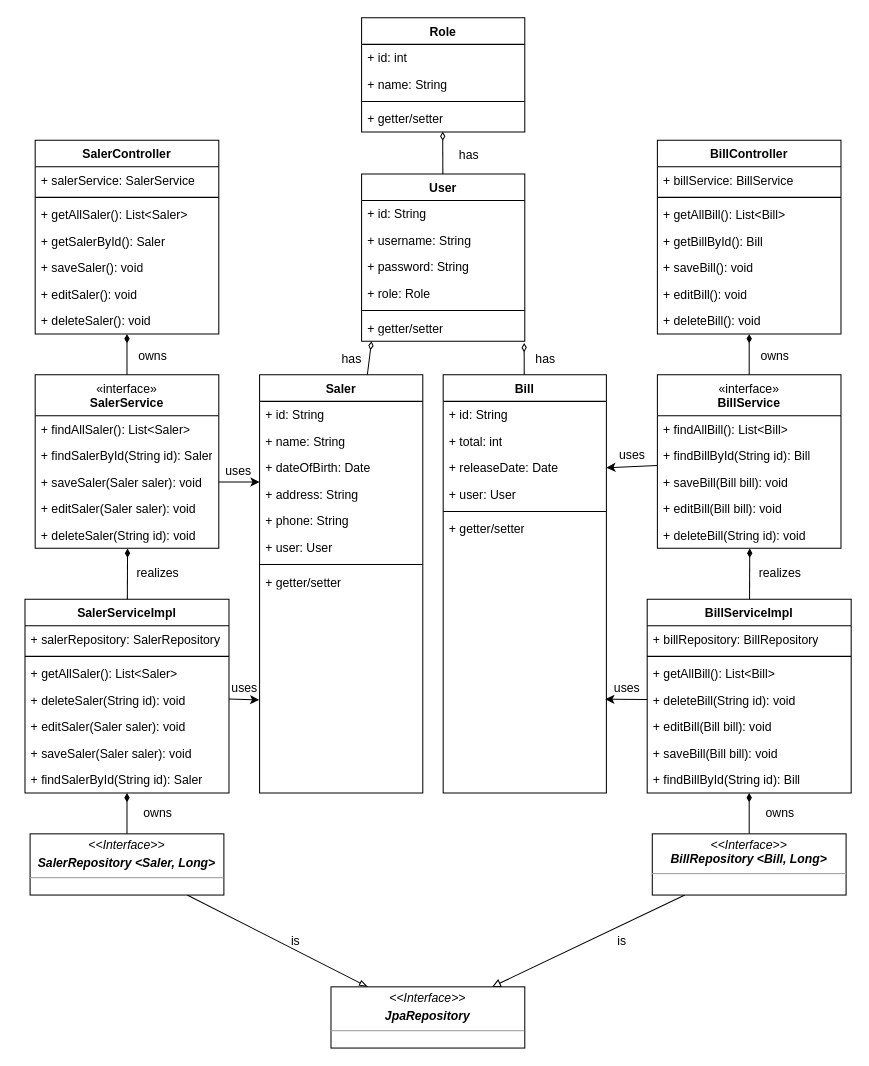
NhanPz01/A0822I1-NguyenNgocBaoNhan keeps this draw.io diagram as page "class_diagram_saler" (2 of 3) of DetailDesign_Saler.drawio. Above is the earlier version. Source tidied: cells renumbered, new cells numbered last; positions are measured from the earlier drawing's top-left corner, leaving out a move shared by most shapes. Both pictures are drawn from the tidied source at 102%, with x=0, y=0 at pixel (24, 17).
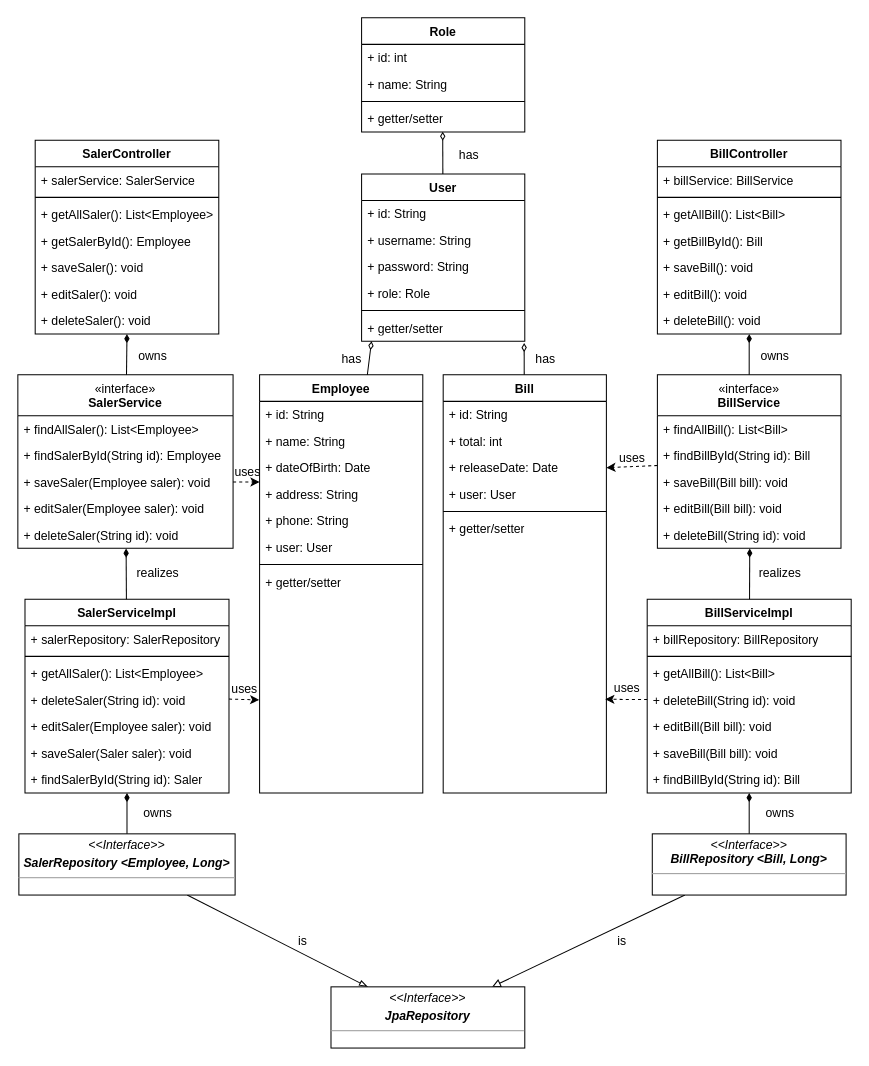
Above is the later version.

Commit message:
Update DetailDesign_Saler.drawio (Really done - class_diagram)

The change refers to these unchanged cells:
```xml
<mxCell id="2" value="SalerController" style="swimlane;fontStyle=1;align=center;verticalAlign=top;horizontal=1;startSize=26;whiteSpace=wrap;html=1;" parent="1" vertex="1">
  <mxGeometry x="10" y="120" width="180" height="190" as="geometry" />
</mxCell>
<mxCell id="26" value="+ getter/setter" style="text;strokeColor=none;fillColor=none;align=left;verticalAlign=top;spacingLeft=4;spacingRight=4;overflow=hidden;points=[[0,0.5],[1,0.5]];portConstraint=eastwest;whiteSpace=wrap;html=1;" parent="18" vertex="1">
  <mxGeometry y="190" width="160" height="220" as="geometry" />
</mxCell>
<mxCell id="27" value="SalerServiceImpl" style="swimlane;fontStyle=1;align=center;verticalAlign=top;horizontal=1;startSize=26;whiteSpace=wrap;html=1;" parent="1" vertex="1">
  <mxGeometry y="570" width="200" height="190" as="geometry" />
</mxCell>
<mxCell id="50" value="&lt;span style=&quot;font-weight: normal;&quot;&gt;«interface»&lt;/span&gt;&lt;br style=&quot;--tw-border-spacing-x: 0; --tw-border-spacing-y: 0; --tw-translate-x: 0; --tw-translate-y: 0; --tw-rotate: 0; --tw-skew-x: 0; --tw-skew-y: 0; --tw-scale-x: 1; --tw-scale-y: 1; --tw-pan-x: ; --tw-pan-y: ; --tw-pinch-zoom: ; --tw-scroll-snap-strictness: proximity; --tw-ordinal: ; --tw-slashed-zero: ; --tw-numeric-figure: ; --tw-numeric-spacing: ; --tw-numeric-fraction: ; --tw-ring-inset: ; --tw-ring-offset-width: 0px; --tw-ring-offset-color: #fff; --tw-ring-color: rgb(59 130 246 / .5); --tw-ring-offset-shadow: 0 0 #0000; --tw-ring-shadow: 0 0 #0000; --tw-shadow: 0 0 #0000; --tw-shadow-colored: 0 0 #0000; --tw-blur: ; --tw-brightness: ; --tw-contrast: ; --tw-grayscale: ; --tw-hue-rotate: ; --tw-invert: ; --tw-saturate: ; --tw-sepia: ; --tw-drop-shadow: ; --tw-backdrop-blur: ; --tw-backdrop-brightness: ; --tw-backdrop-contrast: ; --tw-backdrop-grayscale: ; --tw-backdrop-hue-rotate: ; --tw-backdrop-invert: ; --tw-backdrop-opacity: ; --tw-backdrop-saturate: ; --tw-backdrop-sepia: ; border-color: var(--border-color); font-weight: 400;&quot;&gt;BillService" style="swimlane;fontStyle=1;align=center;verticalAlign=top;horizontal=1;startSize=40;whiteSpace=wrap;html=1;" parent="1" vertex="1">
  <mxGeometry x="620" y="350" width="180" height="170" as="geometry" />
</mxCell>
<mxCell id="62" value="+ deleteBill(String id): void" style="text;strokeColor=none;fillColor=none;align=left;verticalAlign=top;spacingLeft=4;spacingRight=4;overflow=hidden;points=[[0,0.5],[1,0.5]];portConstraint=eastwest;whiteSpace=wrap;html=1;" parent="58" vertex="1">
  <mxGeometry y="86" width="200" height="26" as="geometry" />
</mxCell>
<mxCell id="75" value="+ releaseDate: Date" style="text;strokeColor=none;fillColor=none;align=left;verticalAlign=top;spacingLeft=4;spacingRight=4;overflow=hidden;points=[[0,0.5],[1,0.5]];portConstraint=eastwest;whiteSpace=wrap;html=1;" parent="72" vertex="1">
  <mxGeometry y="78" width="160" height="26" as="geometry" />
</mxCell>
<mxCell id="78" value="+ getter/setter" style="text;strokeColor=none;fillColor=none;align=left;verticalAlign=top;spacingLeft=4;spacingRight=4;overflow=hidden;points=[[0,0.5],[1,0.5]];portConstraint=eastwest;whiteSpace=wrap;html=1;" parent="72" vertex="1">
  <mxGeometry y="138" width="160" height="272" as="geometry" />
</mxCell>
```

Diff of the diagram source:
```diff
@@
-    <mxCell id="5" value="+ getAllSaler(): List&amp;lt;Saler&amp;gt;" style="text;strokeColor=none;fillColor=none;align=left;verticalAlign=top;spacingLeft=4;spacingRight=4;overflow=hidden;whiteSpace=wrap;html=1;" parent="2" vertex="1">
+    <mxCell id="5" value="+ getAllSaler(): List&amp;lt;Employee&amp;gt;" style="text;strokeColor=none;fillColor=none;align=left;verticalAlign=top;spacingLeft=4;spacingRight=4;overflow=hidden;whiteSpace=wrap;html=1;" parent="2" vertex="1">
       <mxGeometry y="60" width="180" height="26" as="geometry" />
     </mxCell>
-    <mxCell id="6" value="+ getSalerById(): Saler" style="text;strokeColor=none;fillColor=none;align=left;verticalAlign=top;spacingLeft=4;spacingRight=4;overflow=hidden;whiteSpace=wrap;html=1;" parent="2" vertex="1">
+    <mxCell id="6" value="+ getSalerById(): Employee" style="text;strokeColor=none;fillColor=none;align=left;verticalAlign=top;spacingLeft=4;spacingRight=4;overflow=hidden;whiteSpace=wrap;html=1;" parent="2" vertex="1">
       <mxGeometry y="86" width="180" height="26" as="geometry" />
     </mxCell>
@@
     <mxCell id="10" value="&lt;span style=&quot;font-weight: normal;&quot;&gt;«interface»&lt;/span&gt;&lt;br style=&quot;--tw-border-spacing-x: 0; --tw-border-spacing-y: 0; --tw-translate-x: 0; --tw-translate-y: 0; --tw-rotate: 0; --tw-skew-x: 0; --tw-skew-y: 0; --tw-scale-x: 1; --tw-scale-y: 1; --tw-pan-x: ; --tw-pan-y: ; --tw-pinch-zoom: ; --tw-scroll-snap-strictness: proximity; --tw-ordinal: ; --tw-slashed-zero: ; --tw-numeric-figure: ; --tw-numeric-spacing: ; --tw-numeric-fraction: ; --tw-ring-inset: ; --tw-ring-offset-width: 0px; --tw-ring-offset-color: #fff; --tw-ring-color: rgb(59 130 246 / .5); --tw-ring-offset-shadow: 0 0 #0000; --tw-ring-shadow: 0 0 #0000; --tw-shadow: 0 0 #0000; --tw-shadow-colored: 0 0 #0000; --tw-blur: ; --tw-brightness: ; --tw-contrast: ; --tw-grayscale: ; --tw-hue-rotate: ; --tw-invert: ; --tw-saturate: ; --tw-sepia: ; --tw-drop-shadow: ; --tw-backdrop-blur: ; --tw-backdrop-brightness: ; --tw-backdrop-contrast: ; --tw-backdrop-grayscale: ; --tw-backdrop-hue-rotate: ; --tw-backdrop-invert: ; --tw-backdrop-opacity: ; --tw-backdrop-saturate: ; --tw-backdrop-sepia: ; border-color: var(--border-color); font-weight: 400;&quot;&gt;SalerService" style="swimlane;fontStyle=1;align=center;verticalAlign=top;horizontal=1;startSize=40;whiteSpace=wrap;html=1;" parent="1" vertex="1">
-      <mxGeometry x="10" y="350" width="180" height="170" as="geometry" />
+      <mxGeometry x="-7" y="350" width="211" height="170" as="geometry" />
     </mxCell>
-    <mxCell id="11" value="+ findAllSaler(): List&amp;lt;Saler&amp;gt;" style="text;strokeColor=none;fillColor=none;align=left;verticalAlign=top;spacingLeft=4;spacingRight=4;overflow=hidden;whiteSpace=wrap;html=1;" parent="10" vertex="1">
-      <mxGeometry y="40" width="180" height="26" as="geometry" />
+    <mxCell id="11" value="+ findAllSaler(): List&amp;lt;Employee&amp;gt;" style="text;strokeColor=none;fillColor=none;align=left;verticalAlign=top;spacingLeft=4;spacingRight=4;overflow=hidden;whiteSpace=wrap;html=1;" parent="10" vertex="1">
+      <mxGeometry y="40" width="211" height="26" as="geometry" />
     </mxCell>
-    <mxCell id="12" value="+ findSalerById(String id): Saler" style="text;strokeColor=none;fillColor=none;align=left;verticalAlign=top;spacingLeft=4;spacingRight=4;overflow=hidden;whiteSpace=wrap;html=1;" parent="10" vertex="1">
-      <mxGeometry y="66" width="180" height="26" as="geometry" />
+    <mxCell id="12" value="+ findSalerById(String id): Employee" style="text;strokeColor=none;fillColor=none;align=left;verticalAlign=top;spacingLeft=4;spacingRight=4;overflow=hidden;whiteSpace=wrap;html=1;" parent="10" vertex="1">
+      <mxGeometry y="66" width="211" height="26" as="geometry" />
     </mxCell>
-    <mxCell id="13" value="+ saveSaler(Saler saler): void" style="text;strokeColor=none;fillColor=none;align=left;verticalAlign=top;spacingLeft=4;spacingRight=4;overflow=hidden;points=[[0,0.5],[1,0.5]];portConstraint=eastwest;whiteSpace=wrap;html=1;" parent="10" vertex="1">
-      <mxGeometry y="92" width="180" height="26" as="geometry" />
+    <mxCell id="13" value="+ saveSaler(Employee saler): void" style="text;strokeColor=none;fillColor=none;align=left;verticalAlign=top;spacingLeft=4;spacingRight=4;overflow=hidden;points=[[0,0.5],[1,0.5]];portConstraint=eastwest;whiteSpace=wrap;html=1;" parent="10" vertex="1">
+      <mxGeometry y="92" width="211" height="26" as="geometry" />
     </mxCell>
-    <mxCell id="14" value="+ editSaler(Saler saler): void" style="text;strokeColor=none;fillColor=none;align=left;verticalAlign=top;spacingLeft=4;spacingRight=4;overflow=hidden;whiteSpace=wrap;html=1;" parent="10" vertex="1">
-      <mxGeometry y="118" width="180" height="26" as="geometry" />
+    <mxCell id="14" value="+ editSaler(Employee saler): void" style="text;strokeColor=none;fillColor=none;align=left;verticalAlign=top;spacingLeft=4;spacingRight=4;overflow=hidden;whiteSpace=wrap;html=1;" parent="10" vertex="1">
+      <mxGeometry y="118" width="211" height="26" as="geometry" />
     </mxCell>
     <mxCell id="15" value="+ deleteSaler(String id): void" style="text;strokeColor=none;fillColor=none;align=left;verticalAlign=top;spacingLeft=4;spacingRight=4;overflow=hidden;points=[[0,0.5],[1,0.5]];portConstraint=eastwest;whiteSpace=wrap;html=1;" parent="10" vertex="1">
-      <mxGeometry y="144" width="180" height="26" as="geometry" />
+      <mxGeometry y="144" width="211" height="26" as="geometry" />
     </mxCell>
@@
-    <mxCell id="18" value="Saler" style="swimlane;fontStyle=1;align=center;verticalAlign=top;horizontal=1;startSize=26;whiteSpace=wrap;html=1;" parent="1" vertex="1">
+    <mxCell id="18" value="Employee" style="swimlane;fontStyle=1;align=center;verticalAlign=top;horizontal=1;startSize=26;whiteSpace=wrap;html=1;" parent="1" vertex="1">
       <mxGeometry x="230" y="350" width="160" height="410" as="geometry" />
     </mxCell>
@@
-    <mxCell id="30" value="+ getAllSaler(): List&amp;lt;Saler&amp;gt;" style="text;strokeColor=none;fillColor=none;align=left;verticalAlign=top;spacingLeft=4;spacingRight=4;overflow=hidden;whiteSpace=wrap;html=1;" parent="27" vertex="1">
+    <mxCell id="30" value="+ getAllSaler(): List&amp;lt;Employee&amp;gt;" style="text;strokeColor=none;fillColor=none;align=left;verticalAlign=top;spacingLeft=4;spacingRight=4;overflow=hidden;whiteSpace=wrap;html=1;" parent="27" vertex="1">
       <mxGeometry y="60" width="200" height="26" as="geometry" />
     </mxCell>
@@
-    <mxCell id="32" value="+ editSaler(Saler saler): void" style="text;strokeColor=none;fillColor=none;align=left;verticalAlign=top;spacingLeft=4;spacingRight=4;overflow=hidden;whiteSpace=wrap;html=1;" parent="27" vertex="1">
+    <mxCell id="32" value="+ editSaler(Employee&amp;nbsp;saler): void" style="text;strokeColor=none;fillColor=none;align=left;verticalAlign=top;spacingLeft=4;spacingRight=4;overflow=hidden;whiteSpace=wrap;html=1;" parent="27" vertex="1">
       <mxGeometry y="112" width="200" height="26" as="geometry" />
     </mxCell>
@@
-    <mxCell id="38" value="&lt;p style=&quot;margin:0px;margin-top:4px;text-align:center;&quot;&gt;&lt;i&gt;&amp;lt;&amp;lt;Interface&amp;gt;&amp;gt;&lt;/i&gt;&lt;/p&gt;&lt;p style=&quot;margin:0px;margin-top:4px;text-align:center;&quot;&gt;&lt;i&gt;&lt;b&gt;SalerRepository &amp;lt;Saler, Long&amp;gt;&lt;/b&gt;&lt;/i&gt;&lt;/p&gt;&lt;hr size=&quot;1&quot;&gt;&lt;p style=&quot;margin:0px;margin-left:4px;&quot;&gt;&lt;br&gt;&lt;/p&gt;" style="verticalAlign=top;align=left;overflow=fill;fontSize=12;fontFamily=Helvetica;html=1;whiteSpace=wrap;" parent="1" vertex="1">
-      <mxGeometry x="5" y="800" width="190" height="60" as="geometry" />
+    <mxCell id="38" value="&lt;p style=&quot;margin:0px;margin-top:4px;text-align:center;&quot;&gt;&lt;i&gt;&amp;lt;&amp;lt;Interface&amp;gt;&amp;gt;&lt;/i&gt;&lt;/p&gt;&lt;p style=&quot;margin:0px;margin-top:4px;text-align:center;&quot;&gt;&lt;i&gt;&lt;b&gt;SalerRepository &amp;lt;Employee, Long&amp;gt;&lt;/b&gt;&lt;/i&gt;&lt;/p&gt;&lt;hr size=&quot;1&quot;&gt;&lt;p style=&quot;margin:0px;margin-left:4px;&quot;&gt;&lt;br&gt;&lt;/p&gt;" style="verticalAlign=top;align=left;overflow=fill;fontSize=12;fontFamily=Helvetica;html=1;whiteSpace=wrap;" parent="1" vertex="1">
+      <mxGeometry x="-6" y="800" width="212" height="60" as="geometry" />
     </mxCell>
@@
-    <mxCell id="49" style="rounded=0;jettySize=auto;html=1;entryX=1;entryY=0.5;entryDx=0;entryDy=0;" parent="1" edge="1" source="50" target="75">
+    <mxCell id="49" style="rounded=0;jettySize=auto;html=1;entryX=1;entryY=0.5;entryDx=0;entryDy=0;dashed=1;" parent="1" edge="1" source="50" target="75">
       <mxGeometry relative="1" as="geometry" />
     </mxCell>
@@
-    <mxCell id="97" style="rounded=0;jettySize=auto;html=1;" parent="1" edge="1" source="13">
+    <mxCell id="97" style="rounded=0;jettySize=auto;html=1;dashed=1;" parent="1" edge="1" source="13">
       <mxGeometry relative="1" as="geometry">
         <mxPoint x="230" y="455" as="targetPoint" />
       </mxGeometry>
     </mxCell>
     <mxCell id="98" value="uses" style="text;html=1;align=center;verticalAlign=middle;strokeColor=none;fillColor=none;" parent="1" vertex="1">
-      <mxGeometry x="184" y="430" width="50" height="30" as="geometry" />
+      <mxGeometry x="193" y="431" width="50" height="30" as="geometry" />
     </mxCell>
-    <mxCell id="99" style="rounded=0;jettySize=auto;html=1;entryX=-0.002;entryY=0.585;entryDx=0;entryDy=0;entryPerimeter=0;" parent="1" edge="1" source="27" target="26">
+    <mxCell id="99" style="rounded=0;jettySize=auto;html=1;entryX=-0.002;entryY=0.585;entryDx=0;entryDy=0;entryPerimeter=0;dashed=1;" parent="1" edge="1" source="27" target="26">
       <mxGeometry relative="1" as="geometry" />
     </mxCell>
     <mxCell id="100" value="uses" style="text;html=1;align=center;verticalAlign=middle;strokeColor=none;fillColor=none;" parent="1" vertex="1">
-      <mxGeometry x="190" y="642" width="50" height="30" as="geometry" />
+      <mxGeometry x="190" y="643" width="50" height="30" as="geometry" />
     </mxCell>
     <mxCell id="101" value="uses" style="text;html=1;align=center;verticalAlign=middle;strokeColor=none;fillColor=none;" parent="1" vertex="1">
-      <mxGeometry x="570" y="414" width="50" height="30" as="geometry" />
+      <mxGeometry x="570" y="417" width="50" height="30" as="geometry" />
     </mxCell>
-    <mxCell id="102" style="rounded=0;jettySize=auto;html=1;entryX=0.993;entryY=0.662;entryDx=0;entryDy=0;entryPerimeter=0;" parent="1" edge="1" source="62" target="78">
+    <mxCell id="102" style="rounded=0;jettySize=auto;html=1;entryX=0.993;entryY=0.662;entryDx=0;entryDy=0;entryPerimeter=0;dashed=1;" parent="1" edge="1" source="62" target="78">
       <mxGeometry relative="1" as="geometry" />
     </mxCell>
@@
     <mxCell id="106" value="is" style="text;html=1;align=center;verticalAlign=middle;strokeColor=none;fillColor=none;" parent="1" vertex="1">
-      <mxGeometry x="250" y="890" width="30" height="30" as="geometry" />
+      <mxGeometry x="257" y="890" width="30" height="30" as="geometry" />
     </mxCell>
```
